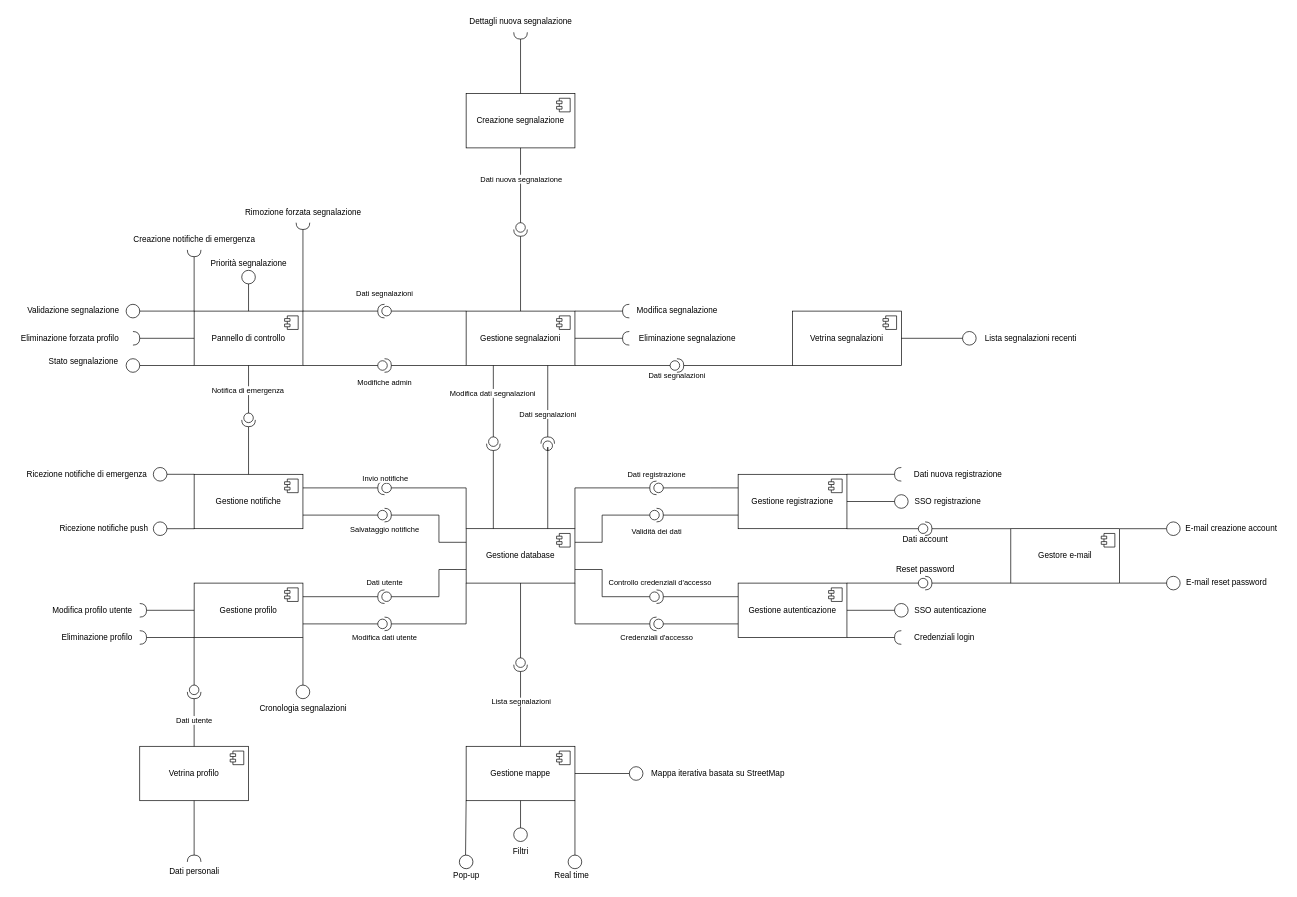
Earlier version of the draw.io diagram page "Definitivo" (1 of 2) of ComponentDiagram.drawio (LucaBarbolini/Prova1). Source tidied: cells renumbered, new cells numbered last; positions are measured from the earlier drawing's top-left corner, leaving out a move shared by most shapes. Both pictures are drawn from the tidied source at 68%, with x=0, y=0 at pixel (12, 12).
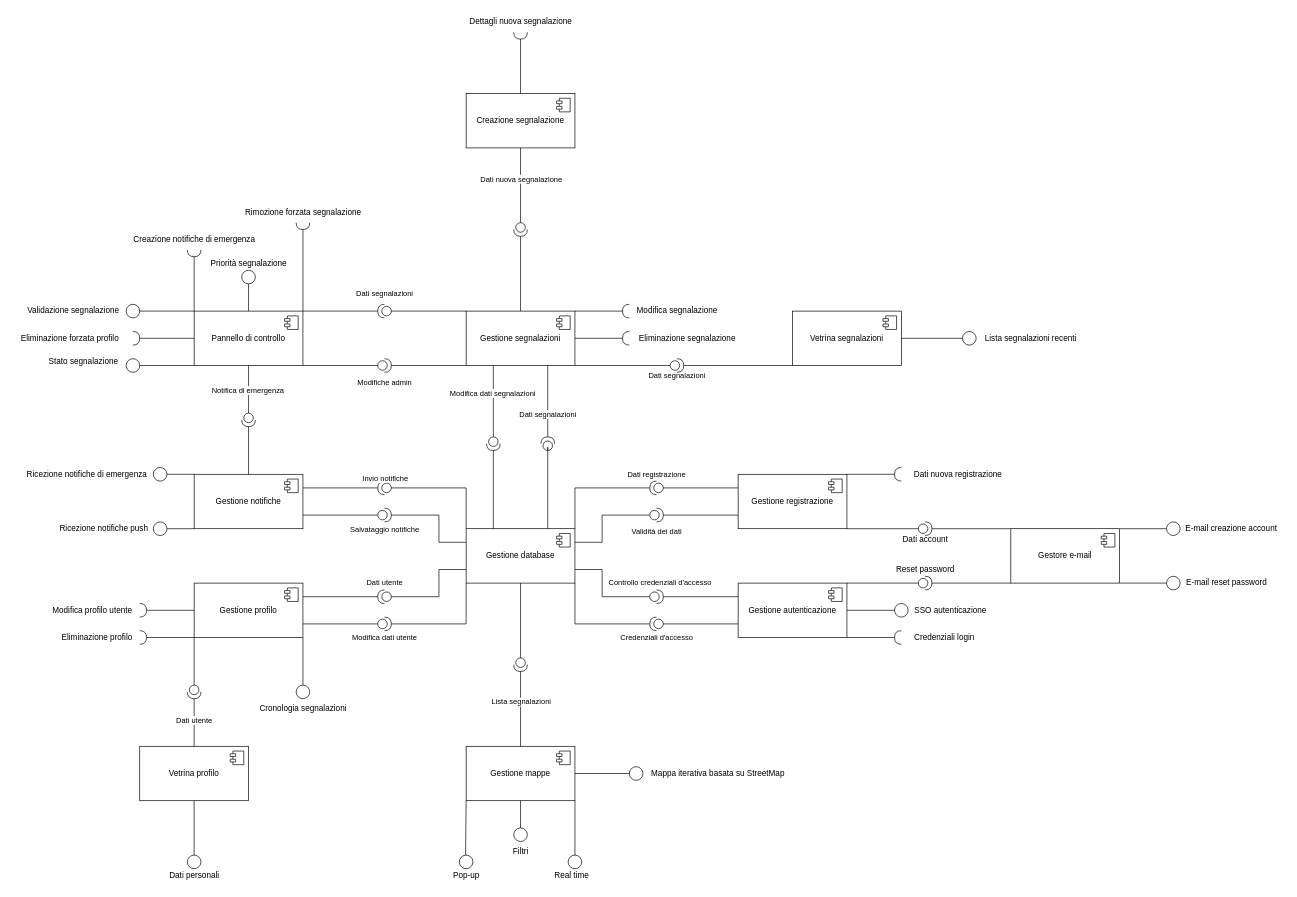
The same diagram, later.

Unchanged cells that the change refers to:
```xml
<mxCell id="6" value="Gestione registrazione" style="html=1;whiteSpace=wrap;fontFamily=Helvetica;" parent="1" vertex="1">
  <mxGeometry x="1068" y="680" width="160" height="80" as="geometry" />
</mxCell>
<mxCell id="129" value="Vetrina profilo" style="html=1;whiteSpace=wrap;" parent="1" vertex="1">
  <mxGeometry x="188" y="1080" width="160" height="80" as="geometry" />
</mxCell>
```

Diff of the diagram source:
```diff
@@
-    <mxCell id="98" style="ellipse;whiteSpace=wrap;html=1;" parent="1" vertex="1">
-      <mxGeometry x="1298" y="710" width="20" height="20" as="geometry" />
-    </mxCell>
-    <mxCell id="99" style="endArrow=none;html=1;rounded=0;exitX=1;exitY=0.5;exitDx=0;exitDy=0;entryX=0;entryY=0.5;entryDx=0;entryDy=0;" parent="1" edge="1" source="6" target="98">
-      <mxGeometry relative="1" as="geometry" />
-    </mxCell>
-    <mxCell id="100" value="SSO registrazione" style="text;html=1;align=center;verticalAlign=middle;strokeColor=none;fillColor=none;" parent="1" vertex="1">
-      <mxGeometry x="1316" y="705" width="120" height="30" as="geometry" />
-    </mxCell>
@@
-    <mxCell id="132" style="shape=requiredInterface;html=1;verticalLabelPosition=bottom;sketch=0;direction=north;" parent="1" vertex="1">
-      <mxGeometry x="258" y="1240" width="20" height="10" as="geometry" />
-    </mxCell>
-    <mxCell id="133" style="endArrow=none;html=1;rounded=0;entryX=0.5;entryY=1;entryDx=0;entryDy=0;exitX=1;exitY=0.5;exitDx=0;exitDy=0;exitPerimeter=0;" parent="1" edge="1" source="132" target="129">
+    <mxCell id="133" style="endArrow=none;html=1;rounded=0;entryX=0.5;entryY=1;entryDx=0;entryDy=0;exitX=0.5;exitY=1;exitDx=0;exitDy=0;" parent="1" edge="1" source="181" target="129">
       <mxGeometry relative="1" as="geometry" />
     </mxCell>
     <mxCell id="134" value="Dati personali" style="text;html=1;align=center;verticalAlign=middle;strokeColor=none;fillColor=none;" parent="1" vertex="1">
-      <mxGeometry x="218" y="1250" width="100" height="30" as="geometry" />
+      <mxGeometry x="218" y="1255" width="100" height="30" as="geometry" />
     </mxCell>
@@
+    <mxCell id="181" style="ellipse;whiteSpace=wrap;html=1;direction=west;" parent="1" vertex="1">
+      <mxGeometry x="258" y="1240" width="20" height="20" as="geometry" />
+    </mxCell>
```
